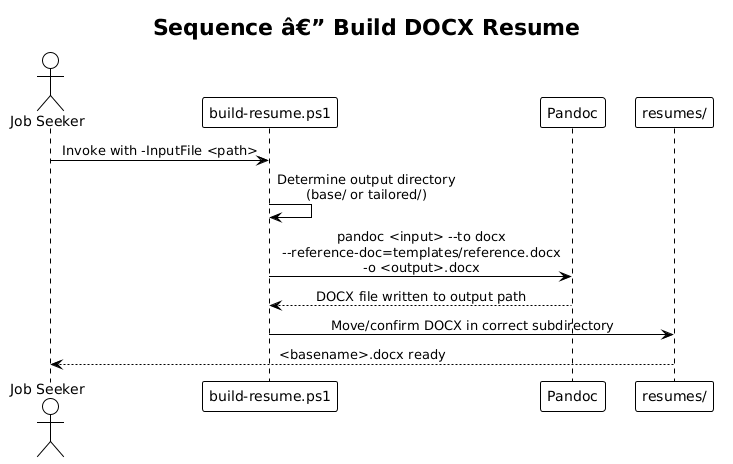
Earlier version of the PlantUML export docs/detailed-designs/02-document-generation/diagrams/sequence_build_docx.png (QuinntyneBrown/Orbit). Source of this version:
```plantuml
@startuml
!theme plain
skinparam sequenceMessageAlign center

title Sequence â€” Build DOCX Resume

actor "Job Seeker" as User
participant "build-resume.ps1" as Script
participant "Pandoc" as Pandoc
participant "resumes/" as Output

User -> Script : Invoke with -InputFile <path>
Script -> Script : Determine output directory\n(base/ or tailored/)
Script -> Pandoc : pandoc <input> --to docx\n--reference-doc=templates/reference.docx\n-o <output>.docx
Pandoc --> Script : DOCX file written to output path
Script -> Output : Move/confirm DOCX in correct subdirectory
Output --> User : <basename>.docx ready
@enduml
```
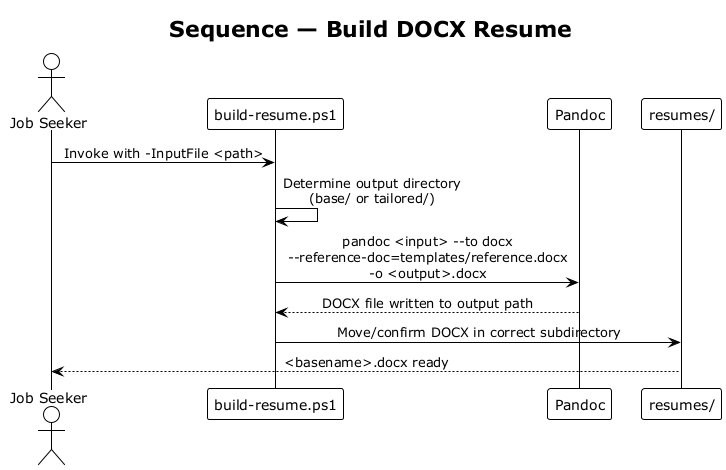
Later version of the same file.

What changed in the source:
```diff
@@ -1,8 +1,8 @@
-@startuml
+@startuml sequence_build_docx
 !theme plain
 skinparam sequenceMessageAlign center
 
-title Sequence â€” Build DOCX Resume
+title Sequence — Build DOCX Resume
 
 actor "Job Seeker" as User
 participant "build-resume.ps1" as Script
@@ -15,4 +15,5 @@
 Pandoc --> Script : DOCX file written to output path
 Script -> Output : Move/confirm DOCX in correct subdirectory
 Output --> User : <basename>.docx ready
+
 @enduml
```
